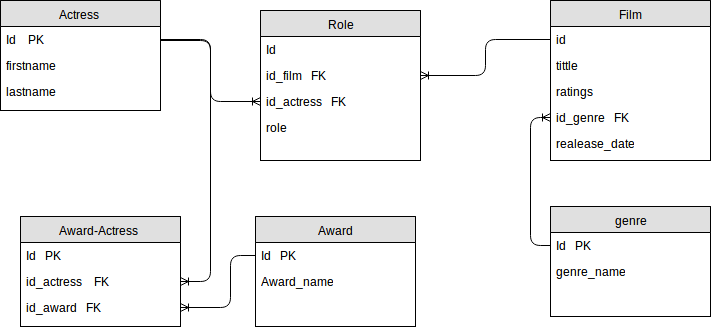
Before: imdb.png, a diagram exported from draw.io (fire-fox-2017/schema-imdb). Source tidied: cells renumbered, new cells last; positions are measured from the earlier drawing's top-left corner, leaving out a move shared by most shapes.
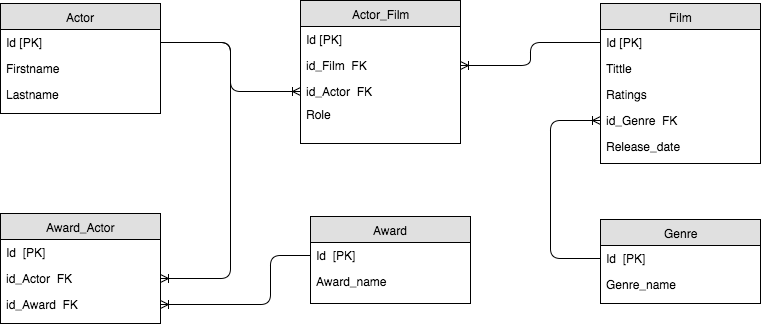
Above is the later version.

The edit, as a diff of the source:
```diff
@@ -2,111 +2,110 @@
   <root>
     <mxCell id="0" />
     <mxCell id="1" parent="0" />
-    <mxCell id="2" value="Actress" style="swimlane;html=1;fontStyle=0;horizontal=1;startSize=26;fillColor=#e0e0e0;swimlaneFillColor=#ffffff;align=center;" parent="1" vertex="1">
+    <mxCell id="2" value="Actor" style="swimlane;html=1;fontStyle=0;horizontal=1;startSize=26;fillColor=#e0e0e0;swimlaneFillColor=#ffffff;align=center;" parent="1" vertex="1">
       <mxGeometry width="160" height="110" as="geometry" />
     </mxCell>
-    <mxCell id="3" value="Id&amp;nbsp;&amp;nbsp;&amp;nbsp; PK" style="text;html=1;strokeColor=none;fillColor=none;spacingLeft=4;spacingRight=4;whiteSpace=wrap;overflow=hidden;points=[[0,0.5],[1,0.5]];portConstraint=eastwest;" parent="2" vertex="1">
+    <mxCell id="3" value="Id [PK]" style="text;html=1;strokeColor=none;fillColor=none;spacingLeft=4;spacingRight=4;whiteSpace=wrap;overflow=hidden;points=[[0,0.5],[1,0.5]];portConstraint=eastwest;" parent="2" vertex="1">
       <mxGeometry y="26" width="160" height="26" as="geometry" />
     </mxCell>
-    <mxCell id="4" value="firstname" style="text;html=1;strokeColor=none;fillColor=none;spacingLeft=4;spacingRight=4;whiteSpace=wrap;overflow=hidden;" parent="2" vertex="1">
+    <mxCell id="4" value="Firstname" style="text;html=1;strokeColor=none;fillColor=none;spacingLeft=4;spacingRight=4;whiteSpace=wrap;overflow=hidden;" parent="2" vertex="1">
       <mxGeometry y="52" width="160" height="26" as="geometry" />
     </mxCell>
-    <mxCell id="5" value="lastname" style="text;html=1;strokeColor=none;fillColor=none;spacingLeft=4;spacingRight=4;whiteSpace=wrap;overflow=hidden;" parent="2" vertex="1">
+    <mxCell id="5" value="Lastname" style="text;html=1;strokeColor=none;fillColor=none;spacingLeft=4;spacingRight=4;whiteSpace=wrap;overflow=hidden;" parent="2" vertex="1">
       <mxGeometry y="78" width="160" height="26" as="geometry" />
     </mxCell>
-    <mxCell id="6" value="Role" style="swimlane;html=1;fontStyle=0;horizontal=1;startSize=26;fillColor=#e0e0e0;swimlaneFillColor=#ffffff;align=center;" parent="1" vertex="1">
-      <mxGeometry x="260" y="10" width="160" height="150" as="geometry" />
+    <mxCell id="6" value="Actor_Film" style="swimlane;html=1;fontStyle=0;horizontal=1;startSize=26;fillColor=#e0e0e0;swimlaneFillColor=#ffffff;align=center;" parent="1" vertex="1">
+      <mxGeometry x="300" y="-3" width="160" height="143" as="geometry" />
     </mxCell>
-    <mxCell id="7" value="Id" style="text;html=1;strokeColor=none;fillColor=none;spacingLeft=4;spacingRight=4;whiteSpace=wrap;overflow=hidden;" parent="6" vertex="1">
+    <mxCell id="7" value="Id [PK]" style="text;html=1;strokeColor=none;fillColor=none;spacingLeft=4;spacingRight=4;whiteSpace=wrap;overflow=hidden;" parent="6" vertex="1">
       <mxGeometry y="26" width="160" height="26" as="geometry" />
     </mxCell>
-    <mxCell id="8" value="id_film&amp;nbsp;&amp;nbsp; FK" style="text;html=1;strokeColor=none;fillColor=none;spacingLeft=4;spacingRight=4;whiteSpace=wrap;overflow=hidden;points=[[0,0.5],[1,0.5]];portConstraint=eastwest;" parent="6" vertex="1">
+    <mxCell id="8" value="id_Film &amp;nbsp;FK" style="text;html=1;strokeColor=none;fillColor=none;spacingLeft=4;spacingRight=4;whiteSpace=wrap;overflow=hidden;points=[[0,0.5],[1,0.5]];portConstraint=eastwest;" parent="6" vertex="1">
       <mxGeometry y="52" width="160" height="26" as="geometry" />
     </mxCell>
-    <mxCell id="9" value="id_actress&amp;nbsp;&amp;nbsp; FK" style="text;html=1;strokeColor=none;fillColor=none;spacingLeft=4;spacingRight=4;whiteSpace=wrap;overflow=hidden;points=[[0,0.5],[1,0.5]];portConstraint=eastwest;" parent="6" vertex="1">
+    <mxCell id="9" value="id_Actor &amp;nbsp;FK" style="text;html=1;strokeColor=none;fillColor=none;spacingLeft=4;spacingRight=4;whiteSpace=wrap;overflow=hidden;points=[[0,0.5],[1,0.5]];portConstraint=eastwest;" parent="6" vertex="1">
       <mxGeometry y="78" width="160" height="26" as="geometry" />
     </mxCell>
-    <mxCell id="10" value="role" style="text;html=1;strokeColor=none;fillColor=none;spacingLeft=4;spacingRight=4;whiteSpace=wrap;overflow=hidden;" parent="6" vertex="1">
-      <mxGeometry y="104" width="160" height="26" as="geometry" />
-    </mxCell>
     <mxCell id="11" value="Film" style="swimlane;html=1;fontStyle=0;horizontal=1;startSize=26;fillColor=#e0e0e0;swimlaneFillColor=#ffffff;align=center;" parent="1" vertex="1">
-      <mxGeometry x="550" width="160" height="160" as="geometry" />
+      <mxGeometry x="600" width="160" height="160" as="geometry" />
     </mxCell>
-    <mxCell id="12" value="id" style="text;html=1;strokeColor=none;fillColor=none;spacingLeft=4;spacingRight=4;whiteSpace=wrap;overflow=hidden;points=[[0,0.5],[1,0.5]];portConstraint=eastwest;" parent="11" vertex="1">
+    <mxCell id="12" value="Id [PK]" style="text;html=1;strokeColor=none;fillColor=none;spacingLeft=4;spacingRight=4;whiteSpace=wrap;overflow=hidden;points=[[0,0.5],[1,0.5]];portConstraint=eastwest;" parent="11" vertex="1">
       <mxGeometry y="26" width="160" height="26" as="geometry" />
     </mxCell>
-    <mxCell id="13" value="tittle" style="text;html=1;strokeColor=none;fillColor=none;spacingLeft=4;spacingRight=4;whiteSpace=wrap;overflow=hidden;" parent="11" vertex="1">
+    <mxCell id="13" value="Tittle" style="text;html=1;strokeColor=none;fillColor=none;spacingLeft=4;spacingRight=4;whiteSpace=wrap;overflow=hidden;" parent="11" vertex="1">
       <mxGeometry y="52" width="160" height="26" as="geometry" />
     </mxCell>
-    <mxCell id="14" value="ratings" style="text;html=1;strokeColor=none;fillColor=none;spacingLeft=4;spacingRight=4;whiteSpace=wrap;overflow=hidden;" parent="11" vertex="1">
+    <mxCell id="14" value="Ratings" style="text;html=1;strokeColor=none;fillColor=none;spacingLeft=4;spacingRight=4;whiteSpace=wrap;overflow=hidden;" parent="11" vertex="1">
       <mxGeometry y="78" width="160" height="26" as="geometry" />
     </mxCell>
-    <mxCell id="15" value="id_genre&amp;nbsp;&amp;nbsp; FK" style="text;html=1;strokeColor=none;fillColor=none;spacingLeft=4;spacingRight=4;whiteSpace=wrap;overflow=hidden;points=[[0,0.5],[1,0.5]];portConstraint=eastwest;" parent="11" vertex="1">
-      <mxGeometry y="104" width="160" height="26" as="geometry" />
-    </mxCell>
-    <mxCell id="16" value="realease_date" style="text;html=1;strokeColor=none;fillColor=none;spacingLeft=4;spacingRight=4;whiteSpace=wrap;overflow=hidden;" parent="11" vertex="1">
-      <mxGeometry y="130" width="160" height="26" as="geometry" />
-    </mxCell>
+    <mxCell id="18" value="id_Genre &amp;nbsp;FK" style="text;html=1;strokeColor=none;fillColor=none;spacingLeft=4;spacingRight=4;whiteSpace=wrap;overflow=hidden;points=[[0,0.5],[1,0.5]];portConstraint=eastwest;" parent="11" vertex="1">
+      <mxGeometry y="104" width="160" height="26" as="geometry" />
+    </mxCell>
-    <mxCell id="17" style="edgeStyle=orthogonalEdgeStyle;html=1;endArrow=ERoneToMany;exitX=1;exitY=0.5;" parent="1" edge="1" source="3" target="9">
-      <mxGeometry relative="1" as="geometry" />
+    <mxCell id="17" value="Release_date" style="text;html=1;strokeColor=none;fillColor=none;spacingLeft=4;spacingRight=4;whiteSpace=wrap;overflow=hidden;" parent="11" vertex="1">
+      <mxGeometry y="130" width="160" height="26" as="geometry" />
     </mxCell>
-    <mxCell id="18" style="edgeStyle=orthogonalEdgeStyle;html=1;endArrow=ERoneToMany;entryX=1;entryY=0.5;" parent="1" edge="1" source="12" target="8">
-      <mxGeometry relative="1" as="geometry" />
-    </mxCell>
+    <mxCell id="10" value="Role" style="text;html=1;strokeColor=none;fillColor=none;spacingLeft=4;spacingRight=4;whiteSpace=wrap;overflow=hidden;" parent="1" vertex="1">
+      <mxGeometry x="300" y="98" width="160" height="26" as="geometry" />
+    </mxCell>
-    <mxCell id="19" value="genre" style="swimlane;html=1;fontStyle=0;horizontal=1;startSize=26;fillColor=#e0e0e0;swimlaneFillColor=#ffffff;align=center;" parent="1" vertex="1">
-      <mxGeometry x="550" y="206" width="160" height="110" as="geometry" />
+    <mxCell id="19" value="Award_Actor" style="swimlane;html=1;fontStyle=0;horizontal=1;startSize=26;fillColor=#e0e0e0;swimlaneFillColor=#ffffff;align=center;" parent="1" vertex="1">
+      <mxGeometry y="210" width="160" height="110" as="geometry" />
     </mxCell>
-    <mxCell id="20" value="Id &amp;nbsp; PK" style="text;html=1;strokeColor=none;fillColor=none;spacingLeft=4;spacingRight=4;whiteSpace=wrap;overflow=hidden;points=[[0,0.5],[1,0.5]];portConstraint=eastwest;" parent="19" vertex="1">
+    <mxCell id="20" value="Id &amp;nbsp;[PK]" style="text;html=1;strokeColor=none;fillColor=none;spacingLeft=4;spacingRight=4;whiteSpace=wrap;overflow=hidden;points=[[0,0.5],[1,0.5]];portConstraint=eastwest;" parent="19" vertex="1">
       <mxGeometry y="26" width="160" height="26" as="geometry" />
     </mxCell>
-    <mxCell id="21" value="genre_name" style="text;html=1;strokeColor=none;fillColor=none;spacingLeft=4;spacingRight=4;whiteSpace=wrap;overflow=hidden;points=[[0,0.5],[1,0.5]];portConstraint=eastwest;" parent="19" vertex="1">
+    <mxCell id="21" value="id_Actor &amp;nbsp;FK" style="text;html=1;strokeColor=none;fillColor=none;spacingLeft=4;spacingRight=4;whiteSpace=wrap;overflow=hidden;points=[[0,0.5],[1,0.5]];portConstraint=eastwest;" parent="19" vertex="1">
       <mxGeometry y="52" width="160" height="26" as="geometry" />
     </mxCell>
+    <mxCell id="32" value="id_Award &amp;nbsp;FK" style="text;html=1;strokeColor=none;fillColor=none;spacingLeft=4;spacingRight=4;whiteSpace=wrap;overflow=hidden;points=[[0,0.5],[1,0.5]];portConstraint=eastwest;" parent="19" vertex="1">
+      <mxGeometry y="78" width="160" height="26" as="geometry" />
+    </mxCell>
+    <mxCell id="33" value="Award" style="swimlane;html=1;fontStyle=0;horizontal=1;startSize=26;fillColor=#e0e0e0;swimlaneFillColor=#ffffff;align=center;" parent="1" vertex="1">
+      <mxGeometry x="310" y="213" width="160" height="87" as="geometry" />
+    </mxCell>
-    <mxCell id="22" style="edgeStyle=orthogonalEdgeStyle;html=1;endArrow=ERoneToMany;entryX=0;entryY=0.5;" parent="1" edge="1" source="20" target="15">
-      <mxGeometry relative="1" as="geometry">
-        <Array as="points">
-          <mxPoint x="530" y="245" />
-          <mxPoint x="530" y="117" />
-        </Array>
-      </mxGeometry>
+    <mxCell id="22" value="Id &amp;nbsp;[PK]" style="text;html=1;strokeColor=none;fillColor=none;spacingLeft=4;spacingRight=4;whiteSpace=wrap;overflow=hidden;points=[[0,0.5],[1,0.5]];portConstraint=eastwest;" parent="33" vertex="1">
+      <mxGeometry y="26" width="160" height="26" as="geometry" />
     </mxCell>
-    <mxCell id="23" value="Award" style="swimlane;html=1;fontStyle=0;horizontal=1;startSize=26;fillColor=#e0e0e0;swimlaneFillColor=#ffffff;align=center;" parent="1" vertex="1">
-      <mxGeometry x="255" y="216" width="160" height="110" as="geometry" />
+    <mxCell id="23" value="Award_name" style="text;html=1;strokeColor=none;fillColor=none;spacingLeft=4;spacingRight=4;whiteSpace=wrap;overflow=hidden;" parent="33" vertex="1">
+      <mxGeometry y="52" width="160" height="26" as="geometry" />
     </mxCell>
-    <mxCell id="24" value="Id&amp;nbsp;&amp;nbsp; PK" style="text;html=1;strokeColor=none;fillColor=none;spacingLeft=4;spacingRight=4;whiteSpace=wrap;overflow=hidden;points=[[0,0.5],[1,0.5]];portConstraint=eastwest;" parent="23" vertex="1">
-      <mxGeometry y="26" width="160" height="26" as="geometry" />
-    </mxCell>
-    <mxCell id="25" value="Award_name" style="text;html=1;strokeColor=none;fillColor=none;spacingLeft=4;spacingRight=4;whiteSpace=wrap;overflow=hidden;" parent="23" vertex="1">
-      <mxGeometry y="52" width="160" height="26" as="geometry" />
+    <mxCell id="25" value="Genre" style="swimlane;html=1;fontStyle=0;horizontal=1;startSize=26;fillColor=#e0e0e0;swimlaneFillColor=#ffffff;align=center;" parent="1" vertex="1">
+      <mxGeometry x="600" y="216" width="160" height="84" as="geometry" />
     </mxCell>
+    <mxCell id="34" value="Id &amp;nbsp;[PK]" style="text;html=1;strokeColor=none;fillColor=none;spacingLeft=4;spacingRight=4;whiteSpace=wrap;overflow=hidden;points=[[0,0.5],[1,0.5]];portConstraint=eastwest;" parent="25" vertex="1">
+      <mxGeometry y="26" width="160" height="26" as="geometry" />
+    </mxCell>
-    <mxCell id="26" value="Award-Actress" style="swimlane;html=1;fontStyle=0;horizontal=1;startSize=26;fillColor=#e0e0e0;swimlaneFillColor=#ffffff;align=center;" parent="1" vertex="1">
-      <mxGeometry x="20" y="216" width="160" height="110" as="geometry" />
+    <mxCell id="26" value="Genre_name" style="text;html=1;strokeColor=none;fillColor=none;spacingLeft=4;spacingRight=4;whiteSpace=wrap;overflow=hidden;" parent="25" vertex="1">
+      <mxGeometry y="52" width="160" height="26" as="geometry" />
     </mxCell>
-    <mxCell id="27" value="Id&amp;nbsp;&amp;nbsp; PK" style="text;html=1;strokeColor=none;fillColor=none;spacingLeft=4;spacingRight=4;whiteSpace=wrap;overflow=hidden;" parent="26" vertex="1">
-      <mxGeometry y="26" width="160" height="26" as="geometry" />
-    </mxCell>
-    <mxCell id="28" value="id_actress&amp;nbsp;&amp;nbsp;&amp;nbsp; FK" style="text;html=1;strokeColor=none;fillColor=none;spacingLeft=4;spacingRight=4;whiteSpace=wrap;overflow=hidden;points=[[0,0.5],[1,0.5]];portConstraint=eastwest;" parent="26" vertex="1">
-      <mxGeometry y="52" width="160" height="26" as="geometry" />
+    <mxCell id="28" style="edgeStyle=orthogonalEdgeStyle;html=1;endArrow=ERoneToMany;entryX=0;entryY=0.5;exitX=1;exitY=0.5;" parent="1" edge="1" source="3" target="9">
+      <mxGeometry relative="1" as="geometry" />
     </mxCell>
-    <mxCell id="29" value="id_award&amp;nbsp;&amp;nbsp; FK" style="text;html=1;strokeColor=none;fillColor=none;spacingLeft=4;spacingRight=4;whiteSpace=wrap;overflow=hidden;points=[[0,0.5],[1,0.5]];portConstraint=eastwest;" parent="1" vertex="1">
-      <mxGeometry x="20" y="294" width="160" height="26" as="geometry" />
+    <mxCell id="29" style="edgeStyle=orthogonalEdgeStyle;html=1;endArrow=ERoneToMany;entryX=1;entryY=0.5;exitX=0;exitY=0.5;" parent="1" edge="1" source="12" target="8">
+      <mxGeometry relative="1" as="geometry" />
     </mxCell>
-    <mxCell id="30" style="edgeStyle=orthogonalEdgeStyle;html=1;endArrow=ERoneToMany;exitX=0;exitY=0.5;entryX=1;entryY=0.5;" parent="1" edge="1" source="24" target="29">
+    <mxCell id="30" style="edgeStyle=orthogonalEdgeStyle;html=1;endArrow=ERoneToMany;exitX=1;exitY=0.5;" parent="1" edge="1" source="3" target="21">
       <mxGeometry relative="1" as="geometry">
         <Array as="points">
-          <mxPoint x="230" y="255" />
-          <mxPoint x="230" y="307" />
+          <mxPoint x="230" y="39" />
+          <mxPoint x="230" y="275" />
         </Array>
       </mxGeometry>
     </mxCell>
-    <mxCell id="31" style="edgeStyle=orthogonalEdgeStyle;html=1;endArrow=ERoneToMany;entryX=1;entryY=0.5;" parent="1" edge="1" target="28">
+    <mxCell id="31" style="edgeStyle=orthogonalEdgeStyle;html=1;endArrow=ERoneToMany;entryX=1;entryY=0.5;exitX=0;exitY=0.5;" parent="1" edge="1" source="22" target="32">
       <mxGeometry relative="1" as="geometry">
-        <mxPoint x="160" y="40" as="sourcePoint" />
         <Array as="points">
-          <mxPoint x="210" y="40" />
-          <mxPoint x="210" y="281" />
+          <mxPoint x="270" y="252" />
+          <mxPoint x="270" y="301" />
         </Array>
       </mxGeometry>
     </mxCell>
+    <mxCell id="35" style="edgeStyle=orthogonalEdgeStyle;html=1;endArrow=ERoneToMany;entryX=0;entryY=0.5;exitX=0;exitY=0.5;" parent="1" edge="1" source="34" target="18">
+      <mxGeometry relative="1" as="geometry">
+        <Array as="points">
+          <mxPoint x="550" y="255" />
+          <mxPoint x="550" y="117" />
+        </Array>
+      </mxGeometry>
+    </mxCell>
   </root>
 </mxGraphModel>
```
